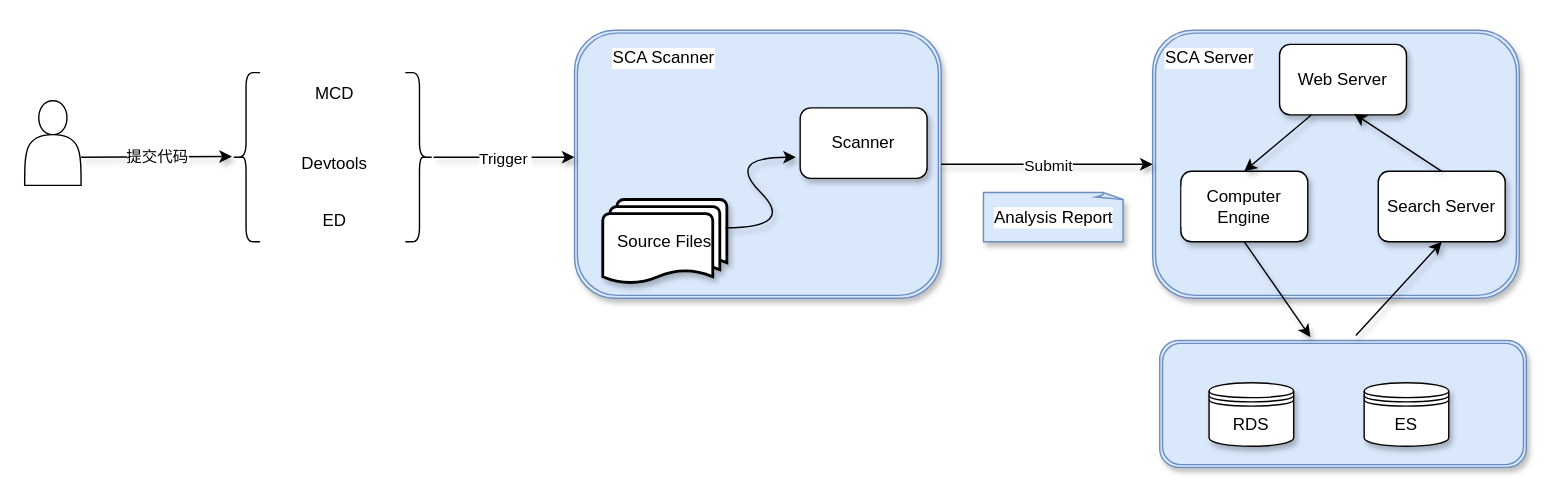
geekluxun/crazy-java keeps this draw.io diagram as .drawio. Above is the earlier version. Source tidied: cells renumbered, new cells numbered last; positions are measured from the earlier drawing's top-left corner, leaving out a move shared by most shapes. Both pictures are drawn from the tidied source at 141%, with x=0, y=0 at pixel (24, 30).
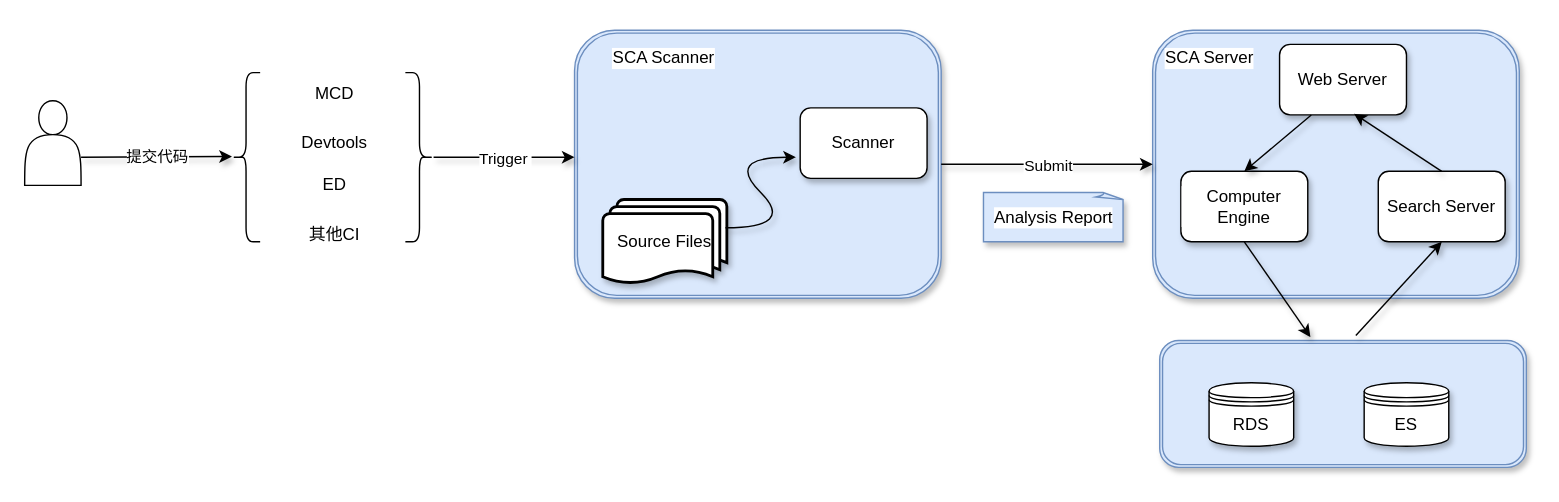
Above is the later version.

The edit, as a diff of the source:
```diff
@@
     <mxCell id="30" value="Devtools" style="text;html=1;strokeColor=none;fillColor=none;align=center;verticalAlign=middle;whiteSpace=wrap;rounded=0;" parent="1" vertex="1">
-      <mxGeometry x="190" y="80" width="60" height="30" as="geometry" />
+      <mxGeometry x="190" y="65" width="60" height="30" as="geometry" />
     </mxCell>
-    <mxCell id="31" value="ED" style="text;html=1;strokeColor=none;fillColor=none;align=center;verticalAlign=middle;whiteSpace=wrap;rounded=0;" parent="1" vertex="1">
-      <mxGeometry x="190" y="120" width="60" height="30" as="geometry" />
+    <mxCell id="31" value="其他CI" style="text;html=1;strokeColor=none;fillColor=none;align=center;verticalAlign=middle;whiteSpace=wrap;rounded=0;" parent="1" vertex="1">
+      <mxGeometry x="190" y="130" width="60" height="30" as="geometry" />
     </mxCell>
+    <mxCell id="32" value="ED" style="text;html=1;strokeColor=none;fillColor=none;align=center;verticalAlign=middle;whiteSpace=wrap;rounded=0;" parent="1" vertex="1">
+      <mxGeometry x="190" y="95" width="60" height="30" as="geometry" />
+    </mxCell>
```
